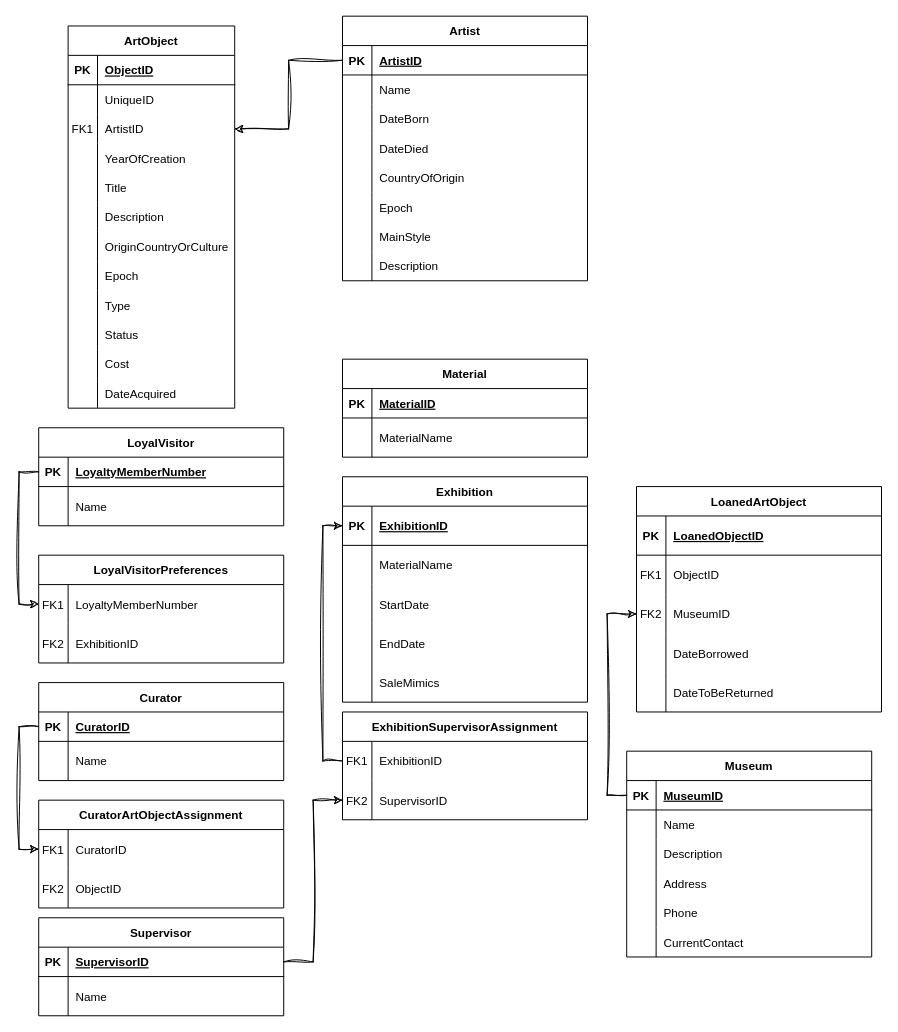
Earlier version of the draw.io diagram 未命名绘图.drawio (QingyangZeng-121/dat). Source tidied: cells renumbered, new cells numbered last; positions are measured from the earlier drawing's top-left corner, leaving out a move shared by most shapes. Both pictures are drawn from the tidied source at 98%, with x=0, y=0 at pixel (38, 16).
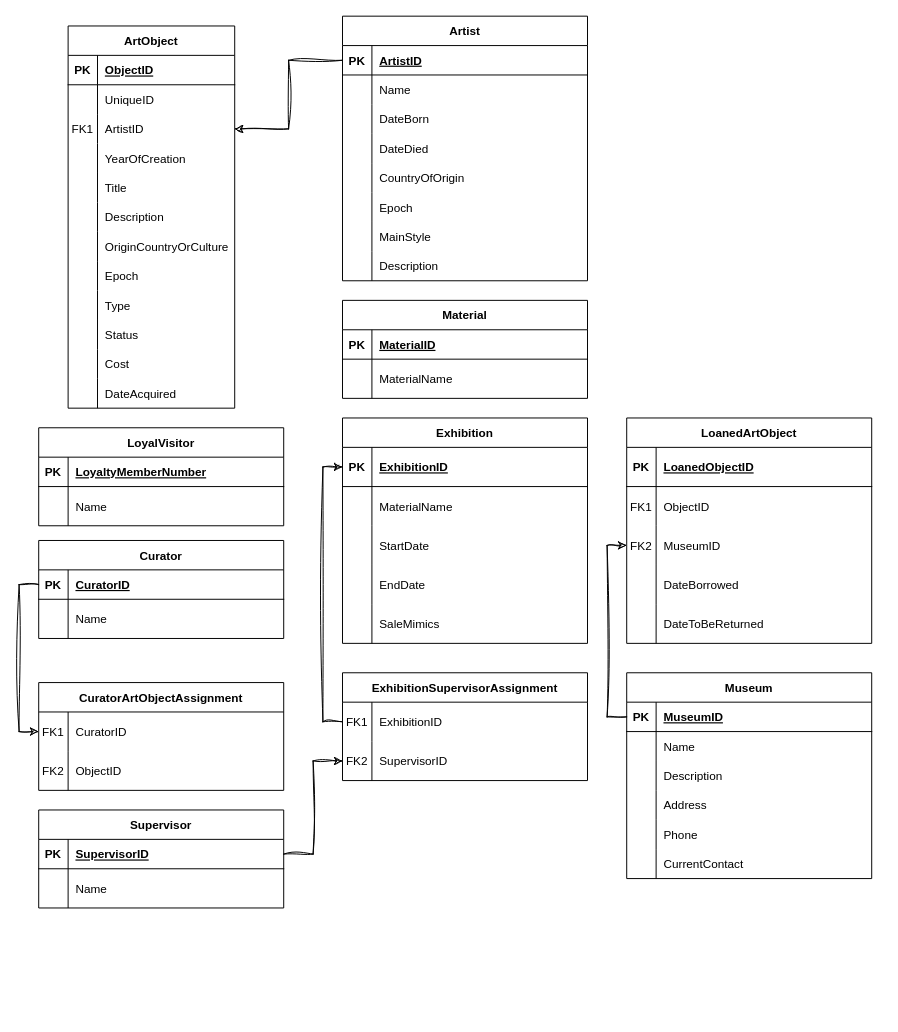
After the change.

Commit message:
更新未命名绘图.drawio

Unchanged cells that the change refers to:
```xml
<mxCell id="88" style="shape=partialRectangle;fillColor=none;points=[[0,0.5],[1,0.5]];portConstraint=eastwest;top=0;left=0;right=0;bottom=1;" parent="87" vertex="1">
  <mxGeometry y="30" width="250" height="30" as="geometry" />
</mxCell>
```

Diff of the diagram source:
```diff
@@
     <mxCell id="27" value="Material" style="shape=table;startSize=30;childLayout=tableLayout;rowLines=0;fontStyle=1;align=center;" parent="1" vertex="1">
-      <mxGeometry x="310" y="350" width="250" height="100" as="geometry" />
+      <mxGeometry x="310" y="290" width="250" height="100" as="geometry" />
     </mxCell>
@@
     <mxCell id="71" value="Exhibition" style="shape=table;startSize=30;childLayout=tableLayout;rowLines=0;fontStyle=1;align=center;" parent="1" vertex="1">
-      <mxGeometry x="310" y="470" width="250" height="230" as="geometry" />
+      <mxGeometry x="310" y="410" width="250" height="230" as="geometry" />
     </mxCell>
@@
-    <mxCell id="94" value="LoyalVisitorPreferences" style="shape=table;startSize=30;childLayout=tableLayout;rowLines=0;fontStyle=1;align=center;" parent="1" vertex="1">
-      <mxGeometry y="550" width="250" height="110" as="geometry" />
-    </mxCell>
-    <mxCell id="95" style="shape=partialRectangle;fillColor=none;points=[[0,0.5],[1,0.5]];portConstraint=eastwest;top=0;left=0;right=0;bottom=0;" parent="94" vertex="1">
-      <mxGeometry y="30" width="250" height="40" as="geometry" />
-    </mxCell>
-    <mxCell id="96" value="FK1" style="shape=partialRectangle;overflow=hidden;fillColor=none;top=0;left=0;bottom=0;right=0;" parent="95" vertex="1">
-      <mxGeometry width="30" height="40" as="geometry" />
-    </mxCell>
-    <mxCell id="97" value="LoyaltyMemberNumber" style="shape=partialRectangle;overflow=hidden;fillColor=none;top=0;left=0;bottom=0;right=0;align=left;spacingLeft=6;" parent="95" vertex="1">
-      <mxGeometry x="30" width="220" height="40" as="geometry" />
-    </mxCell>
-    <mxCell id="98" style="shape=partialRectangle;fillColor=none;top=0;left=0;right=0;bottom=0;" parent="94" vertex="1">
-      <mxGeometry y="70" width="250" height="40" as="geometry" />
-    </mxCell>
-    <mxCell id="99" value="FK2" style="shape=partialRectangle;overflow=hidden;fillColor=none;top=0;left=0;bottom=0;right=0;" parent="98" vertex="1">
-      <mxGeometry width="30" height="40" as="geometry" />
-    </mxCell>
-    <mxCell id="100" value="ExhibitionID" style="shape=partialRectangle;overflow=hidden;fillColor=none;top=0;left=0;bottom=0;right=0;align=left;spacingLeft=6;" parent="98" vertex="1">
-      <mxGeometry x="30" width="220" height="40" as="geometry" />
-    </mxCell>
     <mxCell id="101" value="Curator" style="shape=table;startSize=30;childLayout=tableLayout;rowLines=0;fontStyle=1;align=center;" parent="1" vertex="1">
-      <mxGeometry y="680" width="250" height="100" as="geometry" />
+      <mxGeometry y="535" width="250" height="100" as="geometry" />
     </mxCell>
@@
     <mxCell id="108" value="CuratorArtObjectAssignment" style="shape=table;startSize=30;childLayout=tableLayout;rowLines=0;fontStyle=1;align=center;" parent="1" vertex="1">
-      <mxGeometry y="800" width="250" height="110" as="geometry" />
+      <mxGeometry y="680" width="250" height="110" as="geometry" />
     </mxCell>
@@
     <mxCell id="115" value="Supervisor" style="shape=table;startSize=30;childLayout=tableLayout;rowLines=0;fontStyle=1;align=center;" parent="1" vertex="1">
-      <mxGeometry y="920" width="250" height="100" as="geometry" />
+      <mxGeometry y="810" width="250" height="100" as="geometry" />
     </mxCell>
@@
     <mxCell id="122" value="ExhibitionSupervisorAssignment" style="shape=table;startSize=30;childLayout=tableLayout;rowLines=0;fontStyle=1;align=center;" parent="1" vertex="1">
-      <mxGeometry x="310" y="710" width="250" height="110" as="geometry" />
+      <mxGeometry x="310" y="670" width="250" height="110" as="geometry" />
     </mxCell>
@@
     <mxCell id="129" value="Museum" style="shape=table;startSize=30;childLayout=tableLayout;rowLines=0;fontStyle=1;align=center;" parent="1" vertex="1">
-      <mxGeometry x="600" y="750" width="250" height="210" as="geometry" />
+      <mxGeometry x="600" y="670" width="250" height="210" as="geometry" />
     </mxCell>
@@
     <mxCell id="148" value="LoanedArtObject" style="shape=table;startSize=30;childLayout=tableLayout;rowLines=0;fontStyle=1;align=center;" parent="1" vertex="1">
-      <mxGeometry x="610" y="480" width="250" height="230" as="geometry" />
+      <mxGeometry x="600" y="410" width="250" height="230" as="geometry" />
     </mxCell>
@@
-    <mxCell id="165" style="edgeStyle=orthogonalEdgeStyle;rounded=0;sketch=1;hachureGap=4;jiggle=2;curveFitting=1;jettySize=auto;html=1;exitX=0;exitY=0.5;exitDx=0;exitDy=0;entryX=0;entryY=0.5;entryDx=0;entryDy=0;fontFamily=Architects Daughter;fontSize=16;" parent="1" edge="1" source="88" target="95">
-      <mxGeometry relative="1" as="geometry" />
-    </mxCell>
```
